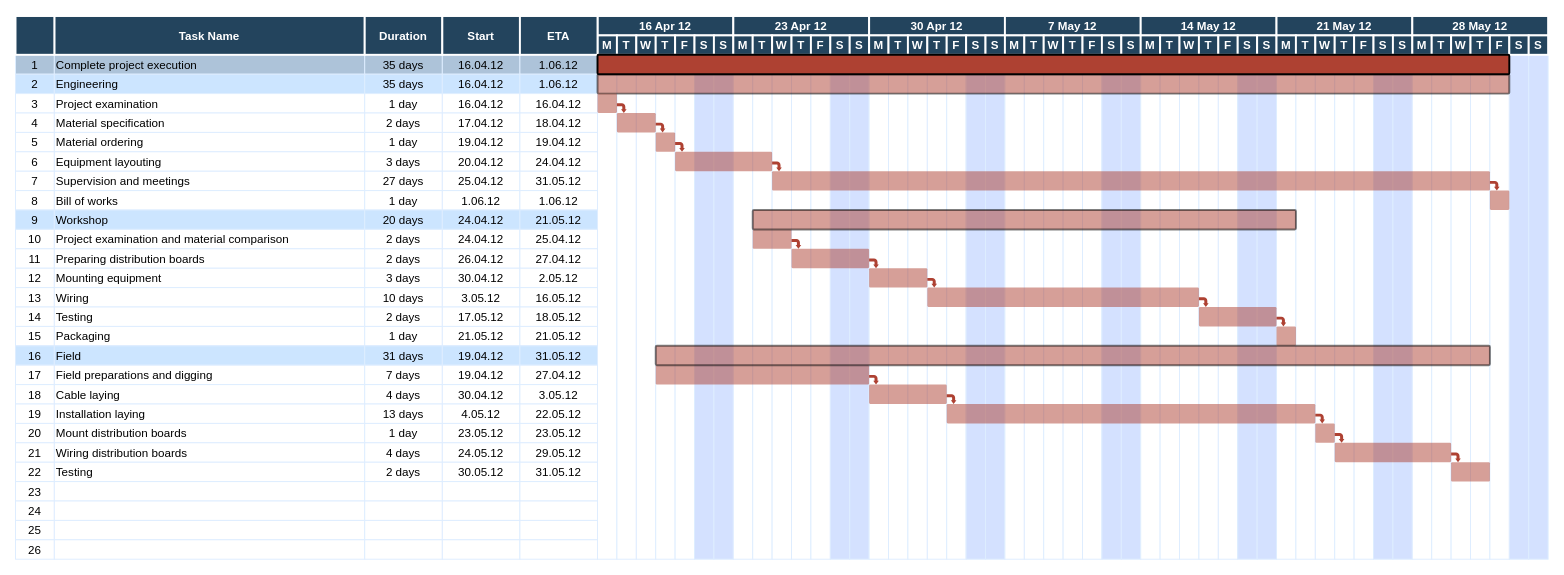
The draw.io diagram GanttChart.drawio in UEAHealthTracker/HealthTracker, before the edit. Source tidied: cells renumbered, new cells numbered last; positions are measured from the earlier drawing's top-left corner, leaving out a move shared by most shapes. Both pictures are drawn from the tidied source at 97%, with x=0, y=0 at pixel (15, 16).
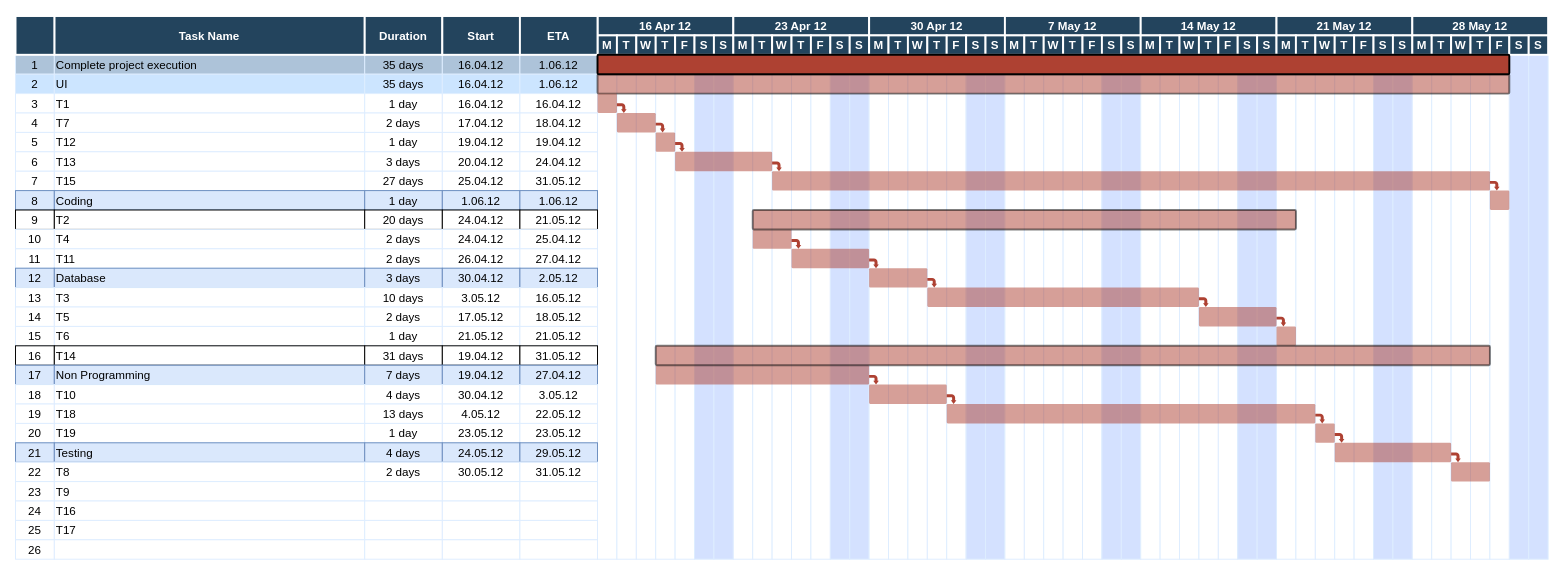
The same page after the edit.

What changed in the source:
```diff
@@
-    <mxCell id="9" value="Engineering" style="align=left;strokeColor=#DEEDFF;fillColor=#CCE5FF;" parent="1" vertex="1">
+    <mxCell id="9" value="UI" style="align=left;strokeColor=#DEEDFF;fillColor=#CCE5FF;" parent="1" vertex="1">
       <mxGeometry x="40.5" y="60" width="320" height="20" as="geometry" />
     </mxCell>
@@
-    <mxCell id="14" value="Project examination" style="align=left;strokeColor=#DEEDFF;" parent="1" vertex="1">
+    <mxCell id="14" value="T1" style="align=left;strokeColor=#DEEDFF;" parent="1" vertex="1">
       <mxGeometry x="40.5" y="80" width="320" height="20" as="geometry" />
     </mxCell>
@@
-    <mxCell id="19" value="Material specification" style="align=left;strokeColor=#DEEDFF;" parent="1" vertex="1">
+    <mxCell id="19" value="T7" style="align=left;strokeColor=#DEEDFF;" parent="1" vertex="1">
       <mxGeometry x="40.5" y="100" width="320" height="20" as="geometry" />
     </mxCell>
@@
-    <mxCell id="24" value="Material ordering" style="align=left;strokeColor=#DEEDFF;" parent="1" vertex="1">
+    <mxCell id="24" value="T12" style="align=left;strokeColor=#DEEDFF;" parent="1" vertex="1">
       <mxGeometry x="40.5" y="120" width="320" height="20" as="geometry" />
     </mxCell>
@@
-    <mxCell id="29" value="Equipment layouting" style="align=left;strokeColor=#DEEDFF;" parent="1" vertex="1">
+    <mxCell id="29" value="T13" style="align=left;strokeColor=#DEEDFF;" parent="1" vertex="1">
       <mxGeometry x="40.5" y="140" width="320" height="20" as="geometry" />
     </mxCell>
@@
-    <mxCell id="34" value="Supervision and meetings" style="align=left;strokeColor=#DEEDFF;" parent="1" vertex="1">
+    <mxCell id="34" value="T15" style="align=left;strokeColor=#DEEDFF;" parent="1" vertex="1">
       <mxGeometry x="40.5" y="160" width="320" height="20" as="geometry" />
     </mxCell>
@@
-    <mxCell id="38" value="8" style="strokeColor=#DEEDFF;" parent="1" vertex="1">
+    <mxCell id="38" value="8" style="strokeColor=#6c8ebf;fillColor=#dae8fc;" parent="1" vertex="1">
       <mxGeometry x="0.5" y="180" width="40" height="20" as="geometry" />
     </mxCell>
-    <mxCell id="39" value="Bill of works" style="align=left;strokeColor=#DEEDFF;" parent="1" vertex="1">
+    <mxCell id="39" value="Coding" style="align=left;strokeColor=#6c8ebf;fillColor=#dae8fc;" parent="1" vertex="1">
       <mxGeometry x="40.5" y="180" width="320" height="20" as="geometry" />
     </mxCell>
-    <mxCell id="40" value="1 day" style="strokeColor=#DEEDFF;" parent="1" vertex="1">
+    <mxCell id="40" value="1 day" style="strokeColor=#6c8ebf;fillColor=#dae8fc;" parent="1" vertex="1">
       <mxGeometry x="360.5" y="180" width="80" height="20" as="geometry" />
     </mxCell>
-    <mxCell id="41" value="1.06.12" style="strokeColor=#DEEDFF;" parent="1" vertex="1">
+    <mxCell id="41" value="1.06.12" style="strokeColor=#6c8ebf;fillColor=#dae8fc;" parent="1" vertex="1">
       <mxGeometry x="440.5" y="180" width="80" height="20" as="geometry" />
     </mxCell>
-    <mxCell id="42" value="1.06.12" style="strokeColor=#DEEDFF;" parent="1" vertex="1">
+    <mxCell id="42" value="1.06.12" style="strokeColor=#6c8ebf;fillColor=#dae8fc;" parent="1" vertex="1">
       <mxGeometry x="520.5" y="180" width="80" height="20" as="geometry" />
     </mxCell>
-    <mxCell id="43" value="9" style="strokeColor=#DEEDFF;fillColor=#CCE5FF;" parent="1" vertex="1">
+    <mxCell id="43" value="9" parent="1" vertex="1">
       <mxGeometry x="0.5" y="200" width="40" height="20" as="geometry" />
     </mxCell>
-    <mxCell id="44" value="Workshop" style="align=left;strokeColor=#DEEDFF;fillColor=#CCE5FF;" parent="1" vertex="1">
+    <mxCell id="44" value="T2" style="align=left;" parent="1" vertex="1">
       <mxGeometry x="40.5" y="200" width="320" height="20" as="geometry" />
     </mxCell>
-    <mxCell id="45" value="20 days" style="strokeColor=#DEEDFF;fillColor=#CCE5FF;" parent="1" vertex="1">
+    <mxCell id="45" value="20 days" parent="1" vertex="1">
       <mxGeometry x="360.5" y="200" width="80" height="20" as="geometry" />
     </mxCell>
-    <mxCell id="46" value="24.04.12" style="strokeColor=#DEEDFF;fillColor=#CCE5FF;" parent="1" vertex="1">
+    <mxCell id="46" value="24.04.12" parent="1" vertex="1">
       <mxGeometry x="440.5" y="200" width="80" height="20" as="geometry" />
     </mxCell>
-    <mxCell id="47" value="21.05.12" style="strokeColor=#DEEDFF;fillColor=#CCE5FF;" parent="1" vertex="1">
+    <mxCell id="47" value="21.05.12" parent="1" vertex="1">
       <mxGeometry x="520.5" y="200" width="80" height="20" as="geometry" />
     </mxCell>
@@
-    <mxCell id="49" value="Project examination and material comparison" style="align=left;strokeColor=#DEEDFF;" parent="1" vertex="1">
+    <mxCell id="49" value="T4" style="align=left;strokeColor=#DEEDFF;" parent="1" vertex="1">
       <mxGeometry x="40.5" y="220" width="320" height="20" as="geometry" />
     </mxCell>
@@
-    <mxCell id="54" value="Preparing distribution boards" style="align=left;strokeColor=#DEEDFF;" parent="1" vertex="1">
+    <mxCell id="54" value="T11" style="align=left;strokeColor=#DEEDFF;" parent="1" vertex="1">
       <mxGeometry x="40.5" y="240" width="320" height="20" as="geometry" />
     </mxCell>
@@
-    <mxCell id="58" value="12" style="strokeColor=#DEEDFF;" parent="1" vertex="1">
+    <mxCell id="58" value="12" style="strokeColor=#6c8ebf;fillColor=#dae8fc;" parent="1" vertex="1">
       <mxGeometry x="0.5" y="260" width="40" height="20" as="geometry" />
     </mxCell>
-    <mxCell id="59" value="Mounting equipment" style="align=left;strokeColor=#DEEDFF;" parent="1" vertex="1">
+    <mxCell id="59" value="Database" style="align=left;strokeColor=#6c8ebf;fillColor=#dae8fc;" parent="1" vertex="1">
       <mxGeometry x="40.5" y="260" width="320" height="20" as="geometry" />
     </mxCell>
-    <mxCell id="60" value="3 days" style="strokeColor=#DEEDFF;" parent="1" vertex="1">
+    <mxCell id="60" value="3 days" style="strokeColor=#6c8ebf;fillColor=#dae8fc;" parent="1" vertex="1">
       <mxGeometry x="360.5" y="260" width="80" height="20" as="geometry" />
     </mxCell>
-    <mxCell id="61" value="30.04.12" style="strokeColor=#DEEDFF;" parent="1" vertex="1">
+    <mxCell id="61" value="30.04.12" style="strokeColor=#6c8ebf;fillColor=#dae8fc;" parent="1" vertex="1">
       <mxGeometry x="440.5" y="260" width="80" height="20" as="geometry" />
     </mxCell>
-    <mxCell id="62" value="2.05.12" style="strokeColor=#DEEDFF;" parent="1" vertex="1">
+    <mxCell id="62" value="2.05.12" style="strokeColor=#6c8ebf;fillColor=#dae8fc;" parent="1" vertex="1">
       <mxGeometry x="520.5" y="260" width="80" height="20" as="geometry" />
     </mxCell>
@@
-    <mxCell id="64" value="Wiring" style="align=left;strokeColor=#DEEDFF;" parent="1" vertex="1">
+    <mxCell id="64" value="T3" style="align=left;strokeColor=#DEEDFF;" parent="1" vertex="1">
       <mxGeometry x="40.5" y="280" width="320" height="20" as="geometry" />
     </mxCell>
@@
-    <mxCell id="69" value="Testing" style="align=left;strokeColor=#DEEDFF;" parent="1" vertex="1">
+    <mxCell id="69" value="T5" style="align=left;strokeColor=#DEEDFF;" parent="1" vertex="1">
       <mxGeometry x="40.5" y="300" width="320" height="20" as="geometry" />
     </mxCell>
@@
-    <mxCell id="74" value="Packaging" style="align=left;strokeColor=#DEEDFF;fillColor=#FFFFFF;" parent="1" vertex="1">
+    <mxCell id="74" value="T6" style="align=left;strokeColor=#DEEDFF;fillColor=#FFFFFF;" parent="1" vertex="1">
       <mxGeometry x="40.5" y="320" width="320" height="20" as="geometry" />
     </mxCell>
@@
-    <mxCell id="78" value="16" style="strokeColor=#DEEDFF;fillColor=#CCE5FF;" parent="1" vertex="1">
+    <mxCell id="78" value="16" parent="1" vertex="1">
       <mxGeometry x="0.5" y="340" width="40" height="20" as="geometry" />
     </mxCell>
-    <mxCell id="79" value="Field" style="align=left;strokeColor=#DEEDFF;fillColor=#CCE5FF;" parent="1" vertex="1">
+    <mxCell id="79" value="T14" style="align=left;" parent="1" vertex="1">
       <mxGeometry x="40.5" y="340" width="320" height="20" as="geometry" />
     </mxCell>
-    <mxCell id="80" value="31 days" style="strokeColor=#DEEDFF;fillColor=#CCE5FF;" parent="1" vertex="1">
+    <mxCell id="80" value="31 days" parent="1" vertex="1">
       <mxGeometry x="360.5" y="340" width="80" height="20" as="geometry" />
     </mxCell>
-    <mxCell id="81" value="19.04.12" style="strokeColor=#DEEDFF;fillColor=#CCE5FF;" parent="1" vertex="1">
+    <mxCell id="81" value="19.04.12" parent="1" vertex="1">
       <mxGeometry x="440.5" y="340" width="80" height="20" as="geometry" />
     </mxCell>
-    <mxCell id="82" value="31.05.12" style="strokeColor=#DEEDFF;fillColor=#CCE5FF;" parent="1" vertex="1">
+    <mxCell id="82" value="31.05.12" parent="1" vertex="1">
       <mxGeometry x="520.5" y="340" width="80" height="20" as="geometry" />
     </mxCell>
-    <mxCell id="83" value="17" style="strokeColor=#DEEDFF;" parent="1" vertex="1">
+    <mxCell id="83" value="17" style="strokeColor=#6c8ebf;fillColor=#dae8fc;" parent="1" vertex="1">
       <mxGeometry x="0.5" y="360" width="40" height="20" as="geometry" />
     </mxCell>
-    <mxCell id="84" value="Field preparations and digging" style="align=left;strokeColor=#DEEDFF;" parent="1" vertex="1">
+    <mxCell id="84" value="Non Programming" style="align=left;strokeColor=#6c8ebf;fillColor=#dae8fc;" parent="1" vertex="1">
       <mxGeometry x="40.5" y="360" width="320" height="20" as="geometry" />
     </mxCell>
-    <mxCell id="85" value="7 days" style="strokeColor=#DEEDFF;" parent="1" vertex="1">
+    <mxCell id="85" value="7 days" style="strokeColor=#6c8ebf;fillColor=#dae8fc;" parent="1" vertex="1">
       <mxGeometry x="360.5" y="360" width="80" height="20" as="geometry" />
     </mxCell>
-    <mxCell id="86" value="19.04.12" style="strokeColor=#DEEDFF;" parent="1" vertex="1">
+    <mxCell id="86" value="19.04.12" style="strokeColor=#6c8ebf;fillColor=#dae8fc;" parent="1" vertex="1">
       <mxGeometry x="440.5" y="360" width="80" height="20" as="geometry" />
     </mxCell>
-    <mxCell id="87" value="27.04.12" style="strokeColor=#DEEDFF;" parent="1" vertex="1">
+    <mxCell id="87" value="27.04.12" style="strokeColor=#6c8ebf;fillColor=#dae8fc;" parent="1" vertex="1">
       <mxGeometry x="520.5" y="360" width="80" height="20" as="geometry" />
     </mxCell>
@@
-    <mxCell id="89" value="Cable laying" style="align=left;strokeColor=#DEEDFF;" parent="1" vertex="1">
+    <mxCell id="89" value="T10" style="align=left;strokeColor=#DEEDFF;" parent="1" vertex="1">
       <mxGeometry x="40.5" y="380" width="320" height="20" as="geometry" />
     </mxCell>
@@
-    <mxCell id="94" value="Installation laying" style="align=left;strokeColor=#DEEDFF;" parent="1" vertex="1">
+    <mxCell id="94" value="T18" style="align=left;strokeColor=#DEEDFF;" parent="1" vertex="1">
       <mxGeometry x="40.5" y="400" width="320" height="20" as="geometry" />
     </mxCell>
@@
-    <mxCell id="99" value="Mount distribution boards" style="align=left;strokeColor=#DEEDFF;" parent="1" vertex="1">
+    <mxCell id="99" value="T19" style="align=left;strokeColor=#DEEDFF;" parent="1" vertex="1">
       <mxGeometry x="40.5" y="420" width="320" height="20" as="geometry" />
     </mxCell>
@@
-    <mxCell id="103" value="21" style="strokeColor=#DEEDFF;" parent="1" vertex="1">
+    <mxCell id="103" value="21" style="strokeColor=#6c8ebf;fillColor=#dae8fc;" parent="1" vertex="1">
       <mxGeometry x="0.5" y="440" width="40" height="20" as="geometry" />
     </mxCell>
-    <mxCell id="104" value="Wiring distribution boards" style="align=left;strokeColor=#DEEDFF;" parent="1" vertex="1">
+    <mxCell id="104" value="Testing" style="align=left;strokeColor=#6c8ebf;fillColor=#dae8fc;" parent="1" vertex="1">
       <mxGeometry x="40.5" y="440" width="320" height="20" as="geometry" />
     </mxCell>
-    <mxCell id="105" value="4 days" style="strokeColor=#DEEDFF;" parent="1" vertex="1">
+    <mxCell id="105" value="4 days" style="strokeColor=#6c8ebf;fillColor=#dae8fc;" parent="1" vertex="1">
       <mxGeometry x="360.5" y="440" width="80" height="20" as="geometry" />
     </mxCell>
-    <mxCell id="106" value="24.05.12" style="strokeColor=#DEEDFF;" parent="1" vertex="1">
+    <mxCell id="106" value="24.05.12" style="strokeColor=#6c8ebf;fillColor=#dae8fc;" parent="1" vertex="1">
       <mxGeometry x="440.5" y="440" width="80" height="20" as="geometry" />
     </mxCell>
-    <mxCell id="107" value="29.05.12" style="strokeColor=#DEEDFF;" parent="1" vertex="1">
+    <mxCell id="107" value="29.05.12" style="strokeColor=#6c8ebf;fillColor=#dae8fc;" parent="1" vertex="1">
       <mxGeometry x="520.5" y="440" width="80" height="20" as="geometry" />
     </mxCell>
@@
-    <mxCell id="109" value="Testing" style="align=left;strokeColor=#DEEDFF;" parent="1" vertex="1">
+    <mxCell id="109" value="T8" style="align=left;strokeColor=#DEEDFF;" parent="1" vertex="1">
       <mxGeometry x="40.5" y="460" width="320" height="20" as="geometry" />
     </mxCell>
@@
-    <mxCell id="114" style="align=left;strokeColor=#DEEDFF;" parent="1" vertex="1">
+    <mxCell id="114" value="T9" style="align=left;strokeColor=#DEEDFF;" parent="1" vertex="1">
       <mxGeometry x="40.5" y="480" width="320" height="20" as="geometry" />
     </mxCell>
@@
-    <mxCell id="119" style="align=left;strokeColor=#DEEDFF;" parent="1" vertex="1">
+    <mxCell id="119" value="T16" style="align=left;strokeColor=#DEEDFF;" parent="1" vertex="1">
       <mxGeometry x="40.5" y="500" width="320" height="20" as="geometry" />
     </mxCell>
@@
-    <mxCell id="124" style="align=left;strokeColor=#DEEDFF;" parent="1" vertex="1">
+    <mxCell id="124" value="T17" style="align=left;strokeColor=#DEEDFF;" parent="1" vertex="1">
       <mxGeometry x="40.5" y="520" width="320" height="20" as="geometry" />
     </mxCell>
```
